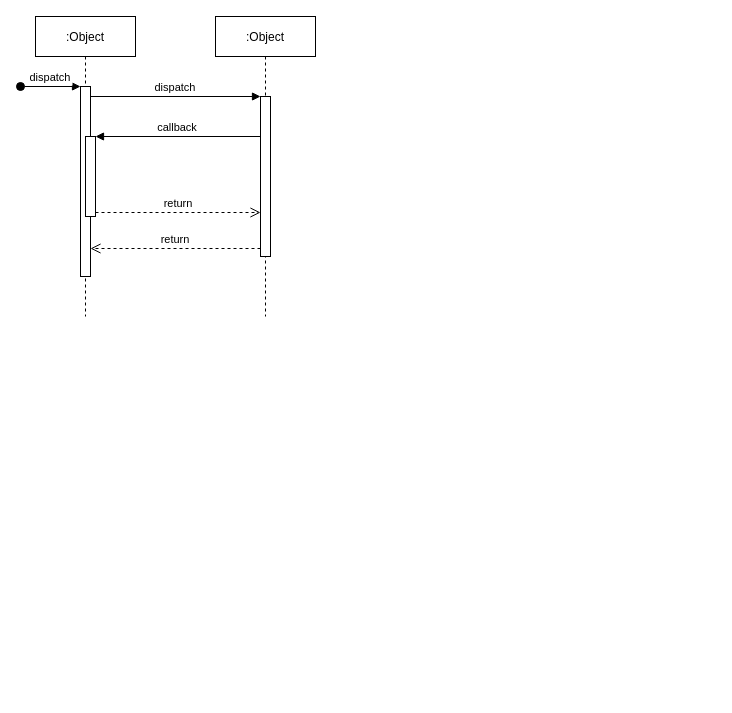
vohoanvu/VuDesignDocumentations keeps this draw.io diagram as Untitled Diagram.drawio. Above is the earlier version. Source tidied: cells renumbered, new cells numbered last; positions are measured from the earlier drawing's top-left corner, leaving out a move shared by most shapes. Both pictures are drawn from the tidied source at 100%, with x=0, y=0 at pixel (20, 16).
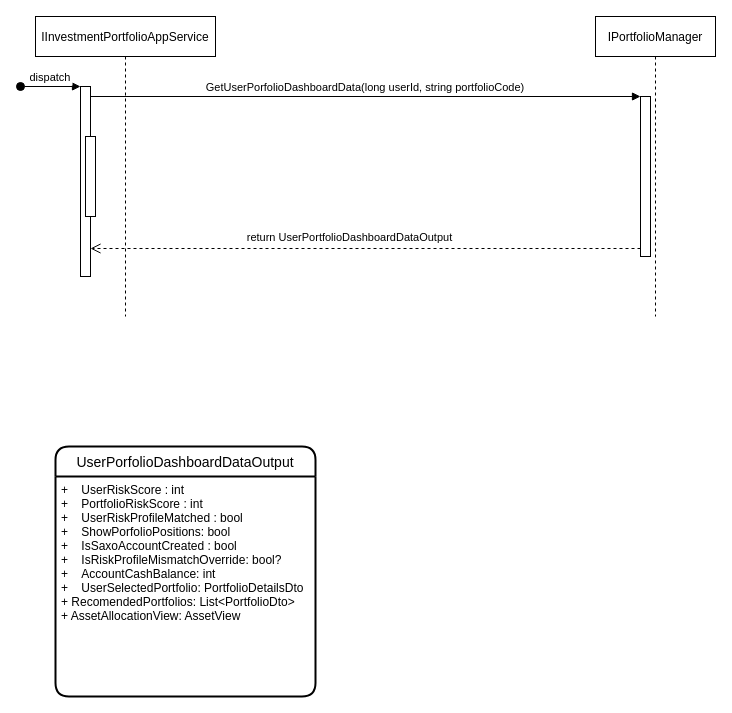
Above is the later version.

Change to the diagram source:
```diff
@@
 <mxGraphModel>
   <root>
     <mxCell id="0" />
     <mxCell id="1" parent="0" />
-    <mxCell id="2" value=":Object" style="shape=umlLifeline;perimeter=lifelinePerimeter;rounded=0;shadow=0;strokeWidth=1;" parent="1" vertex="1">
-      <mxGeometry x="15" width="100" height="300" as="geometry" />
+    <mxCell id="2" value="IInvestmentPortfolioAppService" style="shape=umlLifeline;perimeter=lifelinePerimeter;rounded=0;shadow=0;strokeWidth=1;" parent="1" vertex="1">
+      <mxGeometry x="15" width="180" height="300" as="geometry" />
     </mxCell>
     <mxCell id="3" style="points=[];perimeter=orthogonalPerimeter;rounded=0;shadow=0;strokeWidth=1;" parent="2" vertex="1">
       <mxGeometry x="45" y="70" width="10" height="190" as="geometry" />
     </mxCell>
     <mxCell id="4" value="dispatch" style="verticalAlign=bottom;startArrow=oval;endArrow=block;startSize=8;shadow=0;strokeWidth=1;" parent="2" edge="1" target="3">
       <mxGeometry relative="1" as="geometry">
         <mxPoint x="-15" y="70" as="sourcePoint" />
       </mxGeometry>
     </mxCell>
     <mxCell id="5" style="points=[];perimeter=orthogonalPerimeter;rounded=0;shadow=0;strokeWidth=1;" parent="2" vertex="1">
       <mxGeometry x="50" y="120" width="10" height="80" as="geometry" />
     </mxCell>
-    <mxCell id="6" value=":Object" style="shape=umlLifeline;perimeter=lifelinePerimeter;rounded=0;shadow=0;strokeWidth=1;" parent="1" vertex="1">
-      <mxGeometry x="195" width="100" height="300" as="geometry" />
+    <mxCell id="6" value="IPortfolioManager" style="shape=umlLifeline;perimeter=lifelinePerimeter;rounded=0;shadow=0;strokeWidth=1;" parent="1" vertex="1">
+      <mxGeometry x="575" width="120" height="300" as="geometry" />
     </mxCell>
     <mxCell id="7" style="points=[];perimeter=orthogonalPerimeter;rounded=0;shadow=0;strokeWidth=1;" parent="6" vertex="1">
       <mxGeometry x="45" y="80" width="10" height="160" as="geometry" />
     </mxCell>
-    <mxCell id="8" value="return" style="verticalAlign=bottom;endArrow=open;dashed=1;endSize=8;exitX=0;exitY=0.95;shadow=0;strokeWidth=1;" parent="1" edge="1" source="7" target="3">
-      <mxGeometry relative="1" as="geometry" />
+    <mxCell id="8" value="return UserPortfolioDashboardDataOutput " style="verticalAlign=bottom;endArrow=open;dashed=1;endSize=8;exitX=0;exitY=0.95;shadow=0;strokeWidth=1;" parent="1" edge="1" source="7" target="3">
+      <mxGeometry x="0.05" y="-2" relative="1" as="geometry" />
     </mxCell>
-    <mxCell id="9" value="dispatch" style="verticalAlign=bottom;endArrow=block;entryX=0;entryY=0;shadow=0;strokeWidth=1;" parent="1" edge="1" source="3" target="7">
+    <mxCell id="9" value="GetUserPorfolioDashboardData(long userId, string portfolioCode)" style="verticalAlign=bottom;endArrow=block;entryX=0;entryY=0;shadow=0;strokeWidth=1;" parent="1" edge="1" source="3" target="7">
       <mxGeometry relative="1" as="geometry" />
     </mxCell>
-    <mxCell id="10" value="callback" style="verticalAlign=bottom;endArrow=block;entryX=1;entryY=0;shadow=0;strokeWidth=1;" parent="1" edge="1" source="7" target="5">
-      <mxGeometry relative="1" as="geometry" />
-    </mxCell>
-    <mxCell id="11" value="return" style="verticalAlign=bottom;endArrow=open;dashed=1;endSize=8;exitX=1;exitY=0.95;shadow=0;strokeWidth=1;" parent="1" edge="1" source="5" target="7">
-      <mxGeometry relative="1" as="geometry" />
-    </mxCell>
+    <mxCell id="12" value="UserPorfolioDashboardDataOutput" style="swimlane;horizontal=1;startSize=30;rounded=1;fontSize=14;fontStyle=0;strokeWidth=2;shadow=0;dashed=0;align=center;" parent="1" vertex="1">
+      <mxGeometry x="35" y="430" width="260" height="250" as="geometry" />
+    </mxCell>
+    <mxCell id="13" value="+    UserRiskScore : int&#10;+    PortfolioRiskScore : int&#10;+    UserRiskProfileMatched : bool&#10;+    ShowPorfolioPositions: bool&#10;+    IsSaxoAccountCreated : bool&#10;+    IsRiskProfileMismatchOverride: bool?&#10;+    AccountCashBalance: int&#10;+    UserSelectedPortfolio: PortfolioDetailsDto&#10;+ RecomendedPortfolios: List&lt;PortfolioDto&gt;&#10;+ AssetAllocationView: AssetView &#10;&#10;" style="align=left;strokeColor=none;fillColor=none;spacingLeft=4;fontSize=12;verticalAlign=top;" parent="12" vertex="1">
+      <mxGeometry y="30" width="260" height="220" as="geometry" />
+    </mxCell>
   </root>
 </mxGraphModel>
```
